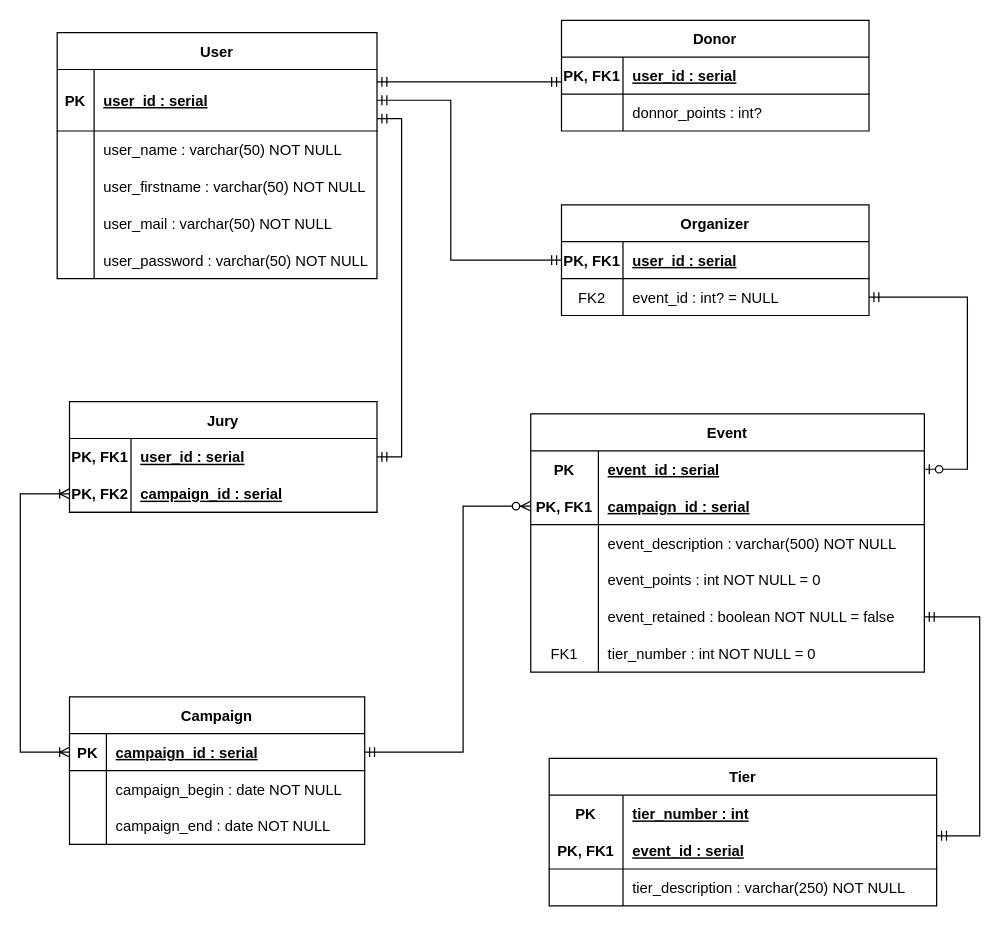
Before: sql/ER_Diagram.drawio in Pierron-Lucas/PHP-EVENT-IO, a draw.io diagram. Source tidied: cells renumbered, new cells numbered last; positions are measured from the earlier drawing's top-left corner, leaving out a move shared by most shapes. Both pictures are drawn from the tidied source at 123%, with x=0, y=0 at pixel (20, 20).
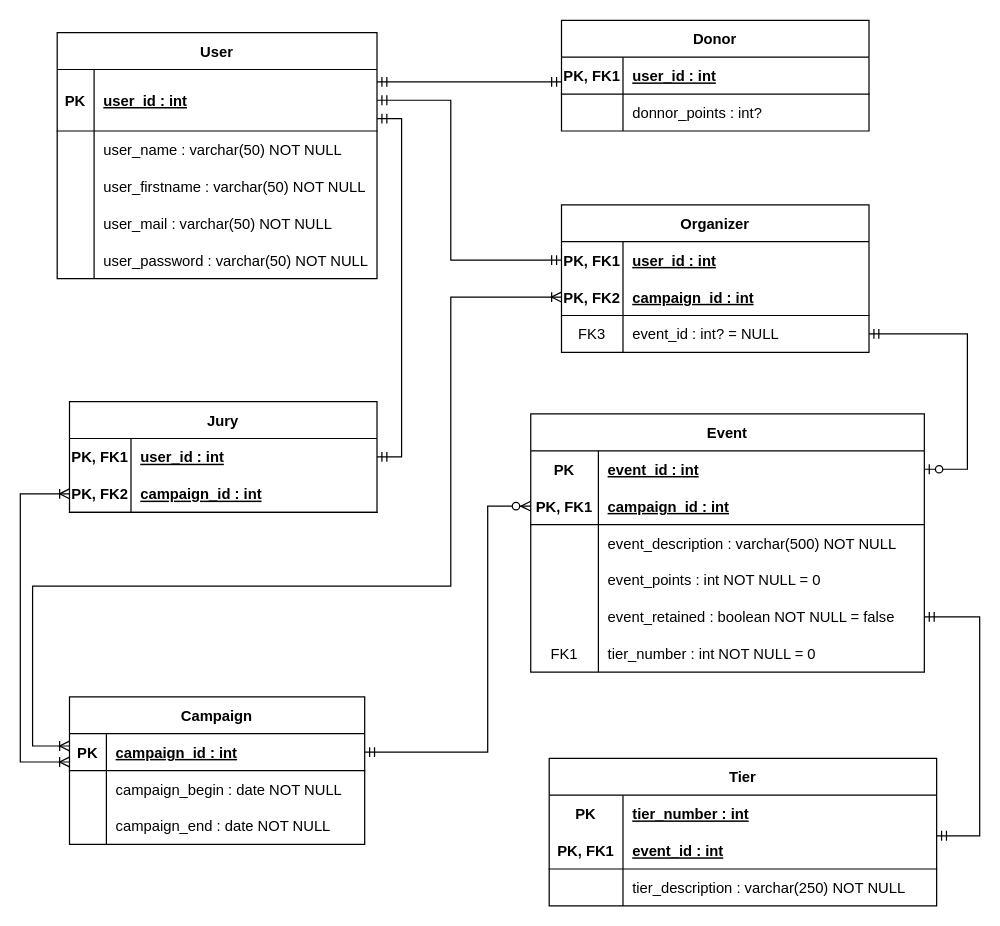
Above is the later version.

Unchanged cells that the change refers to:
```xml
<mxCell id="10" style="shape=partialRectangle;fillColor=none;points=[[0,0.5],[1,0.5]];portConstraint=eastwest;top=0;left=0;right=0;bottom=1;" parent="9" vertex="1">
  <mxGeometry y="30" width="260" height="50" as="geometry" />
</mxCell>
<mxCell id="28" style="shape=tableRow;horizontal=0;startSize=0;swimlaneHead=0;swimlaneBody=0;fillColor=none;points=[[0,0.5],[1,0.5]];portConstraint=eastwest;top=0;left=0;right=0;bottom=0;" parent="27" vertex="1">
  <mxGeometry y="30" width="250" height="30" as="geometry" />
</mxCell>
<mxCell id="31" style="shape=tableRow;horizontal=0;startSize=0;swimlaneHead=0;swimlaneBody=0;fillColor=none;points=[[0,0.5],[1,0.5]];portConstraint=eastwest;top=0;left=0;right=0;bottom=1;" parent="27" vertex="1">
  <mxGeometry y="60" width="250" height="30" as="geometry" />
</mxCell>
<mxCell id="36" style="shape=partialRectangle;fillColor=none;top=0;left=0;bottom=1;right=0;points=[[0,0.5],[1,0.5]];portConstraint=eastwest;" parent="35" vertex="1">
  <mxGeometry y="30" width="240" height="30" as="geometry" />
</mxCell>
<mxCell id="47" style="shape=partialRectangle;fillColor=none;top=0;left=0;right=0;bottom=1;" parent="46" vertex="1">
  <mxGeometry y="30" width="250" height="30" as="geometry" />
</mxCell>
<mxCell id="55" style="shape=partialRectangle;fillColor=none;top=0;left=0;bottom=0;right=0;points=[[0,0.5],[1,0.5]];portConstraint=eastwest;" parent="54" vertex="1">
  <mxGeometry y="30" width="320" height="30" as="geometry" />
</mxCell>
<mxCell id="58" style="shape=partialRectangle;fillColor=none;top=0;left=0;bottom=1;right=0;points=[[0,0.5],[1,0.5]];portConstraint=eastwest;" parent="54" vertex="1">
  <mxGeometry y="60" width="320" height="30" as="geometry" />
</mxCell>
<mxCell id="77" style="shape=partialRectangle;fillColor=none;top=0;left=0;bottom=1;right=0;points=[[0,0.5],[1,0.5]];portConstraint=eastwest;" parent="73" vertex="1">
  <mxGeometry y="60" width="315" height="30" as="geometry" />
</mxCell>
```

Diff of the diagram source:
```diff
@@
     <mxCell id="2" value="Organizer" style="shape=table;startSize=30;childLayout=tableLayout;rowLines=0;fontStyle=1;align=center;" parent="1" vertex="1">
-      <mxGeometry x="440" y="150" width="250" height="90" as="geometry" />
+      <mxGeometry x="440" y="150" width="250" height="120" as="geometry" />
     </mxCell>
-    <mxCell id="3" style="shape=partialRectangle;fillColor=none;points=[[0,0.5],[1,0.5]];portConstraint=eastwest;top=0;left=0;right=0;bottom=1;" parent="2" vertex="1">
-      <mxGeometry y="30" width="250" height="30" as="geometry" />
-    </mxCell>
+    <mxCell id="85" style="shape=tableRow;horizontal=0;startSize=0;swimlaneHead=0;swimlaneBody=0;fillColor=none;points=[[0,0.5],[1,0.5]];portConstraint=eastwest;top=0;left=0;right=0;bottom=0;" parent="2" vertex="1">
+      <mxGeometry y="30" width="250" height="30" as="geometry" />
+    </mxCell>
-    <mxCell id="4" value="PK, FK1" style="shape=partialRectangle;overflow=hidden;fillColor=none;top=0;left=0;bottom=0;right=0;fontStyle=1;" parent="3" vertex="1">
+    <mxCell id="4" value="PK, FK1" style="shape=partialRectangle;fillColor=none;top=0;left=0;bottom=0;right=0;fontStyle=1;overflow=hidden;" parent="85" vertex="1">
       <mxGeometry width="50" height="30" as="geometry" />
     </mxCell>
-    <mxCell id="5" value="user_id : serial" style="shape=partialRectangle;overflow=hidden;fillColor=none;top=0;left=0;bottom=0;right=0;align=left;spacingLeft=6;fontStyle=5;" parent="3" vertex="1">
-      <mxGeometry x="50" width="200" height="30" as="geometry" />
-    </mxCell>
+    <mxCell id="86" value="user_id : int" style="shape=partialRectangle;fillColor=none;top=0;left=0;bottom=0;right=0;align=left;spacingLeft=6;fontStyle=5;overflow=hidden;" parent="85" vertex="1">
+      <mxGeometry x="50" width="200" height="30" as="geometry" />
+    </mxCell>
+    <mxCell id="87" style="shape=tableRow;horizontal=0;startSize=0;swimlaneHead=0;swimlaneBody=0;fillColor=none;points=[[0,0.5],[1,0.5]];portConstraint=eastwest;top=0;left=0;right=0;bottom=1;" parent="2" vertex="1">
+      <mxGeometry y="60" width="250" height="30" as="geometry" />
+    </mxCell>
+    <mxCell id="88" value="PK, FK2" style="shape=partialRectangle;fillColor=none;top=0;left=0;bottom=0;right=0;fontStyle=1;overflow=hidden;" parent="87" vertex="1">
+      <mxGeometry width="50" height="30" as="geometry" />
+    </mxCell>
+    <mxCell id="89" value="campaign_id : int" style="shape=partialRectangle;fillColor=none;top=0;left=0;bottom=0;right=0;align=left;spacingLeft=6;fontStyle=5;overflow=hidden;" parent="87" vertex="1">
+      <mxGeometry x="50" width="200" height="30" as="geometry" />
+    </mxCell>
     <mxCell id="6" style="shape=partialRectangle;fillColor=none;points=[[0,0.5],[1,0.5]];portConstraint=eastwest;top=0;left=0;right=0;bottom=0;" parent="2" vertex="1">
-      <mxGeometry y="60" width="250" height="30" as="geometry" />
+      <mxGeometry y="90" width="250" height="30" as="geometry" />
     </mxCell>
-    <mxCell id="7" value="FK2" style="shape=partialRectangle;overflow=hidden;fillColor=none;top=0;left=0;bottom=0;right=0;" parent="6" vertex="1">
+    <mxCell id="7" value="FK3" style="shape=partialRectangle;overflow=hidden;fillColor=none;top=0;left=0;bottom=0;right=0;" parent="6" vertex="1">
       <mxGeometry width="50" height="30" as="geometry" />
     </mxCell>
@@
-    <mxCell id="12" value="user_id : serial" style="shape=partialRectangle;overflow=hidden;fillColor=none;top=0;left=0;bottom=0;right=0;align=left;spacingLeft=6;fontStyle=5;" parent="10" vertex="1">
+    <mxCell id="12" value="user_id : int" style="shape=partialRectangle;overflow=hidden;fillColor=none;top=0;left=0;bottom=0;right=0;align=left;spacingLeft=6;fontStyle=5;" parent="10" vertex="1">
       <mxGeometry x="30" width="230" height="50" as="geometry" />
     </mxCell>
@@
-    <mxCell id="25" style="edgeStyle=orthogonalEdgeStyle;fontSize=12;html=1;endArrow=ERmandOne;startArrow=ERmandOne;rounded=0;entryX=0;entryY=0.5;entryDx=0;entryDy=0;exitX=1;exitY=0.5;exitDx=0;exitDy=0;" parent="1" edge="1" source="10" target="3">
+    <mxCell id="25" style="edgeStyle=orthogonalEdgeStyle;fontSize=12;html=1;endArrow=ERmandOne;startArrow=ERmandOne;rounded=0;exitX=1;exitY=0.5;exitDx=0;exitDy=0;" parent="1" edge="1" source="10" target="85">
       <mxGeometry relative="1" as="geometry">
         <Array as="points">
           <mxPoint x="350" y="65" />
           <mxPoint x="350" y="195" />
         </Array>
       </mxGeometry>
     </mxCell>
     <mxCell id="26" style="edgeStyle=orthogonalEdgeStyle;fontSize=12;html=1;endArrow=ERzeroToOne;startArrow=ERmandOne;rounded=0;entryX=1;entryY=0.5;entryDx=0;entryDy=0;exitX=1;exitY=0.5;exitDx=0;exitDy=0;" parent="1" edge="1" source="6" target="55">
       <mxGeometry relative="1" as="geometry">
         <Array as="points">
-          <mxPoint x="770" y="225" />
+          <mxPoint x="770" y="255" />
           <mxPoint x="770" y="365" />
         </Array>
       </mxGeometry>
     </mxCell>
@@
-    <mxCell id="30" value="user_id : serial" style="shape=partialRectangle;fillColor=none;top=0;left=0;bottom=0;right=0;align=left;spacingLeft=6;fontStyle=5;overflow=hidden;" parent="28" vertex="1">
+    <mxCell id="30" value="user_id : int" style="shape=partialRectangle;fillColor=none;top=0;left=0;bottom=0;right=0;align=left;spacingLeft=6;fontStyle=5;overflow=hidden;" parent="28" vertex="1">
       <mxGeometry x="50" width="200" height="30" as="geometry" />
     </mxCell>
@@
-    <mxCell id="33" value="campaign_id : serial" style="shape=partialRectangle;fillColor=none;top=0;left=0;bottom=0;right=0;align=left;spacingLeft=6;fontStyle=5;overflow=hidden;" parent="31" vertex="1">
+    <mxCell id="33" value="campaign_id : int" style="shape=partialRectangle;fillColor=none;top=0;left=0;bottom=0;right=0;align=left;spacingLeft=6;fontStyle=5;overflow=hidden;" parent="31" vertex="1">
       <mxGeometry x="50" width="200" height="30" as="geometry" />
     </mxCell>
@@
-    <mxCell id="38" value="campaign_id : serial" style="shape=partialRectangle;fillColor=none;top=0;left=0;bottom=0;right=0;align=left;spacingLeft=6;fontStyle=5;overflow=hidden;" parent="36" vertex="1">
+    <mxCell id="38" value="campaign_id : int" style="shape=partialRectangle;fillColor=none;top=0;left=0;bottom=0;right=0;align=left;spacingLeft=6;fontStyle=5;overflow=hidden;" parent="36" vertex="1">
       <mxGeometry x="30" width="210" height="30" as="geometry" />
     </mxCell>
@@
-    <mxCell id="45" style="edgeStyle=orthogonalEdgeStyle;fontSize=12;html=1;endArrow=ERoneToMany;startArrow=ERoneToMany;rounded=0;entryX=0;entryY=0.5;entryDx=0;entryDy=0;exitX=0;exitY=0.5;exitDx=0;exitDy=0;" parent="1" edge="1" source="36" target="31">
+    <mxCell id="45" style="edgeStyle=orthogonalEdgeStyle;fontSize=12;html=1;endArrow=ERoneToMany;startArrow=ERoneToMany;rounded=0;entryX=0;entryY=0.5;entryDx=0;entryDy=0;exitX=0;exitY=0.767;exitDx=0;exitDy=0;exitPerimeter=0;" parent="1" edge="1" source="36" target="31">
       <mxGeometry relative="1" as="geometry">
         <Array as="points">
-          <mxPoint y="595" />
+          <mxPoint y="603" />
           <mxPoint y="385" />
         </Array>
       </mxGeometry>
     </mxCell>
@@
-    <mxCell id="49" value="user_id : serial" style="shape=partialRectangle;overflow=hidden;fillColor=none;top=0;left=0;bottom=0;right=0;align=left;spacingLeft=6;fontStyle=5;" parent="47" vertex="1">
+    <mxCell id="49" value="user_id : int" style="shape=partialRectangle;overflow=hidden;fillColor=none;top=0;left=0;bottom=0;right=0;align=left;spacingLeft=6;fontStyle=5;" parent="47" vertex="1">
       <mxGeometry x="50" width="200" height="30" as="geometry" />
     </mxCell>
@@
-    <mxCell id="57" value="event_id : serial" style="shape=partialRectangle;fillColor=none;top=0;left=0;bottom=0;right=0;align=left;spacingLeft=6;fontStyle=5;overflow=hidden;" parent="55" vertex="1">
+    <mxCell id="57" value="event_id : int" style="shape=partialRectangle;fillColor=none;top=0;left=0;bottom=0;right=0;align=left;spacingLeft=6;fontStyle=5;overflow=hidden;" parent="55" vertex="1">
       <mxGeometry x="55" width="265" height="30" as="geometry" />
     </mxCell>
@@
-    <mxCell id="60" value="campaign_id : serial" style="shape=partialRectangle;fillColor=none;top=0;left=0;bottom=0;right=0;align=left;spacingLeft=6;fontStyle=5;overflow=hidden;" parent="58" vertex="1">
+    <mxCell id="60" value="campaign_id : int" style="shape=partialRectangle;fillColor=none;top=0;left=0;bottom=0;right=0;align=left;spacingLeft=6;fontStyle=5;overflow=hidden;" parent="58" vertex="1">
       <mxGeometry x="55" width="265" height="30" as="geometry" />
     </mxCell>
@@
-    <mxCell id="79" value="event_id : serial" style="shape=partialRectangle;fillColor=none;top=0;left=0;bottom=0;right=0;align=left;spacingLeft=6;fontStyle=5;overflow=hidden;" parent="77" vertex="1">
+    <mxCell id="79" value="event_id : int" style="shape=partialRectangle;fillColor=none;top=0;left=0;bottom=0;right=0;align=left;spacingLeft=6;fontStyle=5;overflow=hidden;" parent="77" vertex="1">
       <mxGeometry x="60" width="255" height="30" as="geometry" />
     </mxCell>
@@
     <mxCell id="84" style="edgeStyle=orthogonalEdgeStyle;fontSize=12;html=1;endArrow=ERzeroToMany;startArrow=ERmandOne;rounded=0;exitX=1;exitY=0.5;exitDx=0;exitDy=0;entryX=0;entryY=0.5;entryDx=0;entryDy=0;" parent="1" edge="1" source="36" target="58">
       <mxGeometry relative="1" as="geometry">
         <Array as="points">
-          <mxPoint x="360" y="595" />
-          <mxPoint x="360" y="395" />
+          <mxPoint x="380" y="595" />
+          <mxPoint x="380" y="395" />
         </Array>
       </mxGeometry>
     </mxCell>
+    <mxCell id="90" style="edgeStyle=orthogonalEdgeStyle;fontSize=12;html=1;endArrow=ERoneToMany;startArrow=ERoneToMany;rounded=0;entryX=0;entryY=0.5;entryDx=0;entryDy=0;" parent="1" edge="1" target="87">
+      <mxGeometry relative="1" as="geometry">
+        <mxPoint x="40" y="590" as="sourcePoint" />
+        <Array as="points">
+          <mxPoint x="10" y="590" />
+          <mxPoint x="10" y="460" />
+          <mxPoint x="350" y="460" />
+          <mxPoint x="350" y="225" />
+        </Array>
+      </mxGeometry>
+    </mxCell>
```
